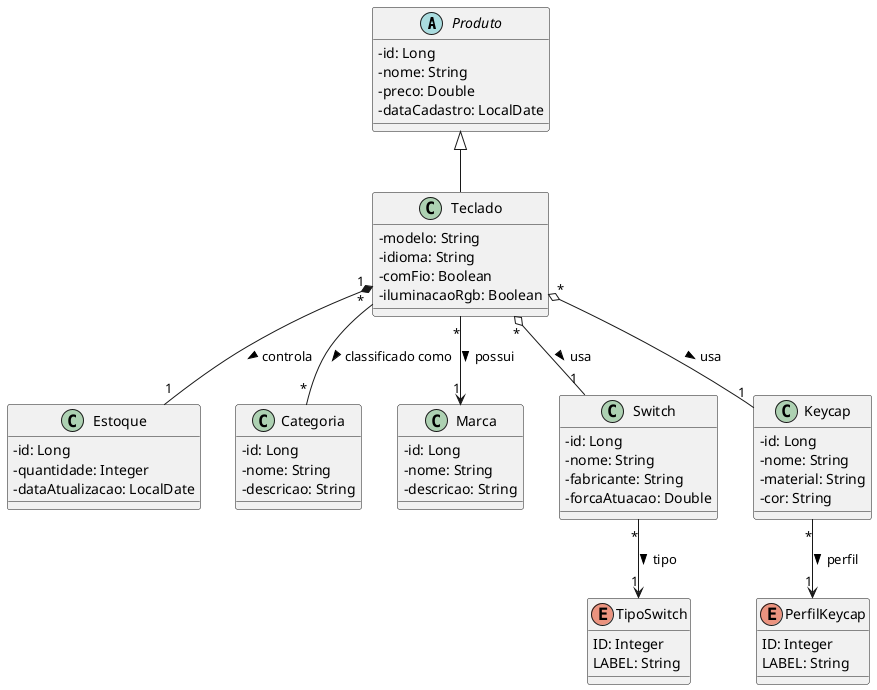
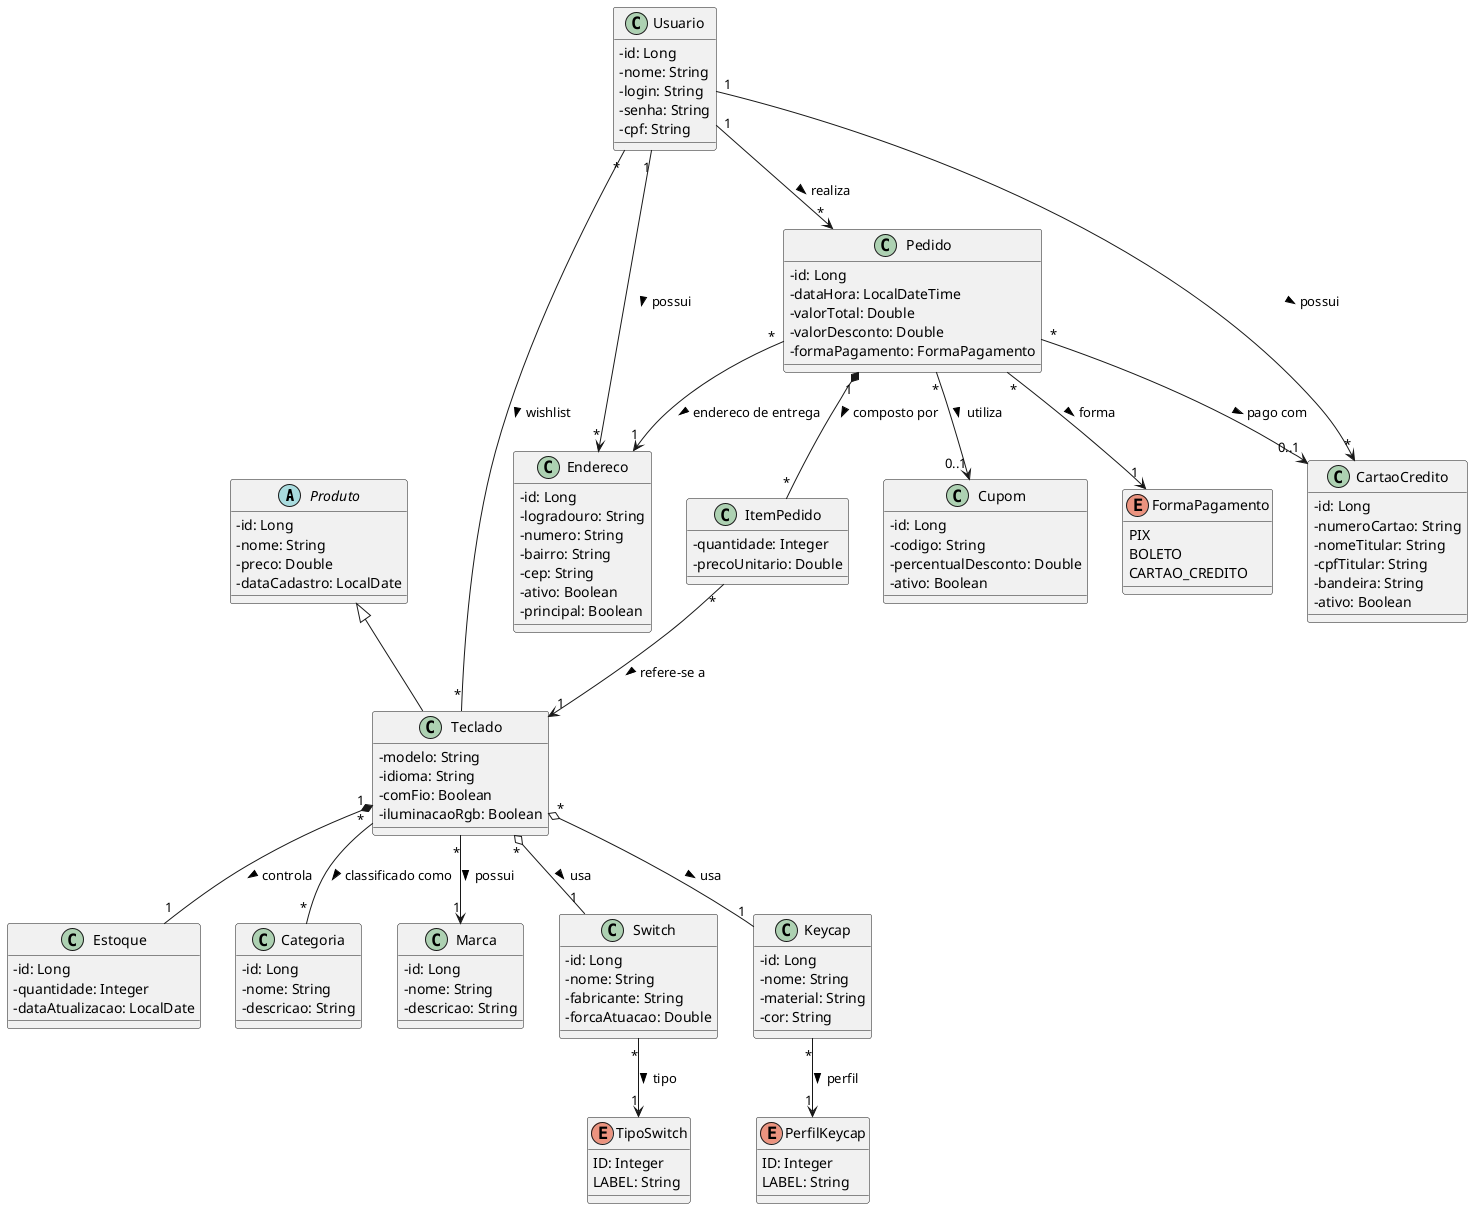
@startuml
skinparam classAttributeIconSize 0
skinparam monochrome false
skinparam shadowing false

' HERANÇA E COMPOSIÇÃO
abstract class Produto {
    - id: Long
    - nome: String
    - preco: Double
    - dataCadastro: LocalDate
}

class Teclado {
    - modelo: String
    - idioma: String
    - comFio: Boolean
    - iluminacaoRgb: Boolean
}

class Estoque {
    - id: Long
    - quantidade: Integer
    - dataAtualizacao: LocalDate
}

' CATÁLOGO BASE

class Categoria {
    - id: Long
    - nome: String
    - descricao: String
}

class Marca {
    - id: Long
    - nome: String
    - descricao: String
}

class Switch {
    - id: Long
    - nome: String
    - fabricante: String
    - forcaAtuacao: Double
}

class Keycap {
    - id: Long
    - nome: String
    - material: String
    - cor: String
}

+ ' USUÁRIOS E VENDAS (NOVAS CLASSES)
+ 
+ class Usuario {
+     - id: Long
+     - nome: String
+     - login: String
+     - senha: String
+     - cpf: String
+ }
+ 
+ class Endereco {
+     - id: Long
+     - logradouro: String
+     - numero: String
+     - bairro: String
+     - cep: String
+     - ativo: Boolean
+     - principal: Boolean
+ }
+ 
+ class CartaoCredito {
+     - id: Long
+     - numeroCartao: String
+     - nomeTitular: String
+     - cpfTitular: String
+     - bandeira: String
+     - ativo: Boolean
+ }
+ 
+ class Cupom {
+     - id: Long
+     - codigo: String
+     - percentualDesconto: Double
+     - ativo: Boolean
+ }
+ 
+ class Pedido {
+     - id: Long
+     - dataHora: LocalDateTime
+     - valorTotal: Double
+     - valorDesconto: Double
+     - formaPagamento: FormaPagamento
+ }
+ 
+ class ItemPedido {
+     - quantidade: Integer
+     - precoUnitario: Double
+ }
+ 
' ENUMS

enum TipoSwitch {
    ID: Integer
    LABEL: String
}

enum PerfilKeycap {
    ID: Integer
    LABEL: String
}

+ enum FormaPagamento {
+     PIX
+     BOLETO
+     CARTAO_CREDITO
+ }
+ 
' 1. Herança (Seta com ponta vazada)
Produto <|-- Teclado

- ' 2. Composição (Diamante preenchido) | Cardinalidade 1:1
+ ' 2. Composição (Diamante preenchido) | Cardinalidade
Teclado "1" *-- "1" Estoque : controla >
+ Pedido "1" *-- "*" ItemPedido : composto por >

' 3. Agregação (Diamante vazio) | Cardinalidade N:1
Teclado "*" o-- "1" Switch : usa >
Teclado "*" o-- "1" Keycap : usa >

- ' 4. Associação Simples | Cardinalidade N:1
+ ' 4. Associação Simples | Cardinalidade N:1 e 1:N
Teclado "*" --> "1" Marca : possui >
+ Usuario "1" --> "*" Endereco : possui >
+ Usuario "1" --> "*" CartaoCredito : possui >
+ Usuario "1" --> "*" Pedido : realiza >
+ Pedido "*" --> "1" Endereco : endereco de entrega >
+ Pedido "*" --> "0..1" CartaoCredito : pago com >
+ Pedido "*" --> "0..1" Cupom : utiliza >
+ ItemPedido "*" --> "1" Teclado : refere-se a >

' 5. Associação Muitos-para-Muitos | Cardinalidade N:N
Teclado "*" -- "*" Categoria : classificado como >
+ Usuario "*" -- "*" Teclado : wishlist >

' 6. Associações dos Enums | Cardinalidade N:1
Switch "*" --> "1" TipoSwitch : tipo >
Keycap "*" --> "1" PerfilKeycap : perfil >
- '
+ Pedido "*" --> "1" FormaPagamento : forma >
+ 
@enduml